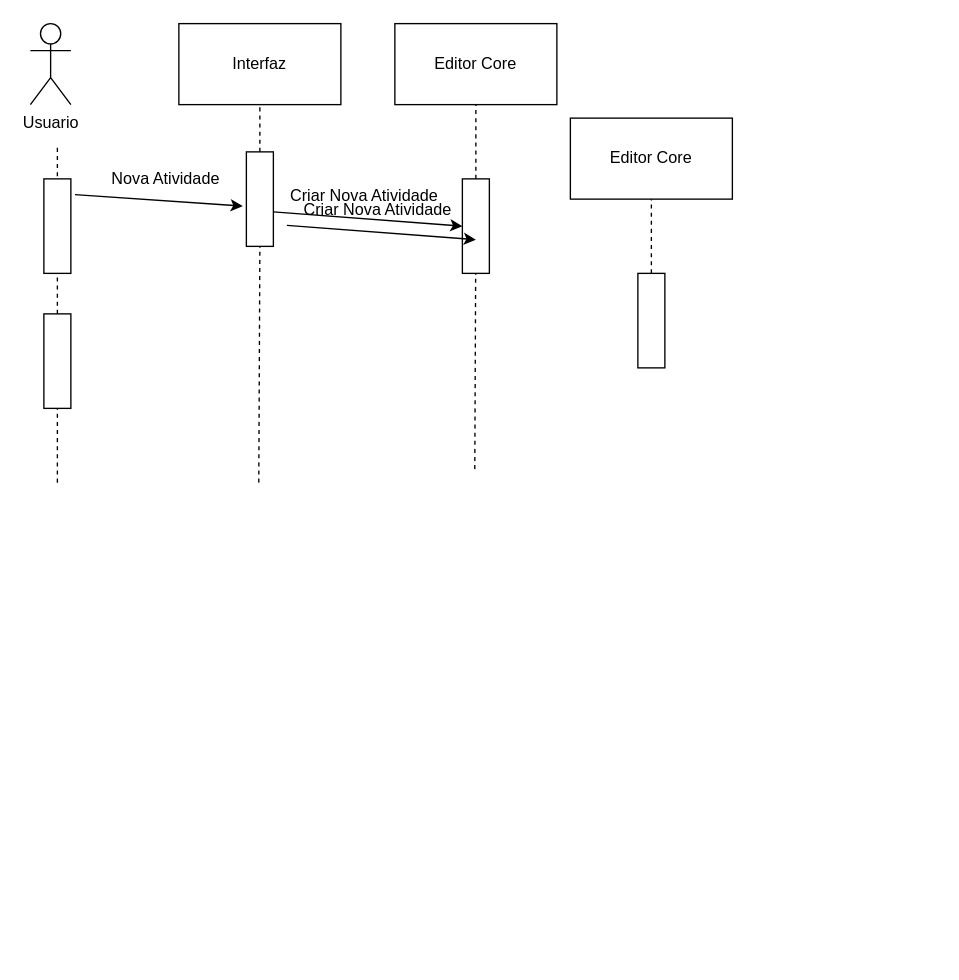
Earlier version of the draw.io diagram Diagrama sin título.drawio (GustavoGamarra95/Berenice). Source tidied: cells renumbered, new cells numbered last; positions are measured from the earlier drawing's top-left corner, leaving out a move shared by most shapes. Both pictures are drawn from the tidied source at 135%, with x=0, y=0 at pixel (9, 23).
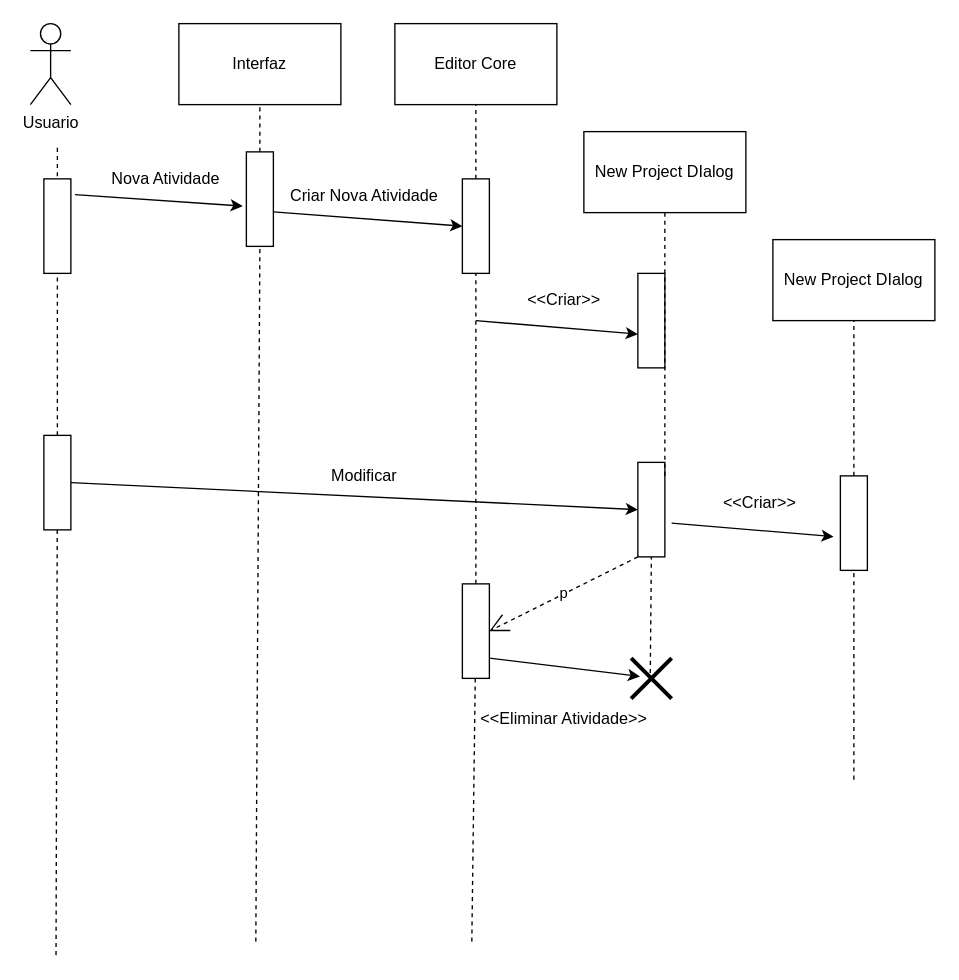
The same page after the edit.

Commit message:
Diagrama de Uso

The change refers to these unchanged cells:
```xml
<mxCell id="12" style="rounded=0;whiteSpace=wrap;html=1;rotation=90;" parent="1" vertex="1">
  <mxGeometry x="150" y="120" width="70" height="20" as="geometry" />
</mxCell>
<mxCell id="14" style="rounded=0;whiteSpace=wrap;html=1;rotation=90;" parent="1" vertex="1">
  <mxGeometry x="310" y="140" width="70" height="20" as="geometry" />
</mxCell>
<mxCell id="20" style="rounded=0;whiteSpace=wrap;html=1;rotation=90;" parent="1" vertex="1">
  <mxGeometry x="440" y="210" width="70" height="20" as="geometry" />
</mxCell>
```

The edit, as a diff of the source:
```diff
@@
     <mxCell id="8" style="endArrow=none;dashed=1;html=1;rounded=0;" parent="1" edge="1" target="9">
       <mxGeometry relative="1" as="geometry">
-        <mxPoint x="35" y="340" as="sourcePoint" />
+        <mxPoint x="34" y="690" as="sourcePoint" />
       </mxGeometry>
     </mxCell>
     <mxCell id="9" style="rounded=0;whiteSpace=wrap;html=1;rotation=90;" parent="1" vertex="1">
-      <mxGeometry y="240" width="70" height="20" as="geometry" />
+      <mxGeometry y="330" width="70" height="20" as="geometry" />
     </mxCell>
@@
     <mxCell id="11" style="endArrow=none;dashed=1;html=1;rounded=0;entryX=1;entryY=0.5;entryDx=0;entryDy=0;" parent="1" edge="1" target="12">
       <mxGeometry relative="1" as="geometry">
-        <mxPoint x="184.2" y="340" as="sourcePoint" />
+        <mxPoint x="182" y="680" as="sourcePoint" />
       </mxGeometry>
     </mxCell>
@@
-    <mxCell id="13" style="endArrow=none;dashed=1;html=1;rounded=0;" parent="1" edge="1" target="14">
-      <mxGeometry relative="1" as="geometry">
-        <mxPoint x="344.2" y="330" as="sourcePoint" />
-      </mxGeometry>
+    <mxCell id="13" style="endArrow=none;dashed=1;html=1;rounded=0;" parent="1" edge="1" source="28" target="14">
+      <mxGeometry relative="1" as="geometry" />
     </mxCell>
@@
-    <mxCell id="19" style="endArrow=none;dashed=1;html=1;rounded=0;entryX=0.5;entryY=1;entryDx=0;entryDy=0;" parent="1" edge="1" source="20" target="21">
+    <mxCell id="19" style="endArrow=none;dashed=1;html=1;rounded=0;entryX=0.5;entryY=1;entryDx=0;entryDy=0;" parent="1" edge="1" source="36" target="21">
       <mxGeometry relative="1" as="geometry" />
     </mxCell>
@@
-    <mxCell id="21" value="Editor Core" style="rounded=0;whiteSpace=wrap;html=1;" parent="1" vertex="1">
-      <mxGeometry x="415" y="70" width="120" height="60" as="geometry" />
+    <mxCell id="21" value="New Project DIalog" style="rounded=0;whiteSpace=wrap;html=1;" parent="1" vertex="1">
+      <mxGeometry x="565" y="160" width="120" height="60" as="geometry" />
     </mxCell>
-    <mxCell id="22" style="endArrow=classic;html=1;rounded=0;exitX=0.167;exitY=-0.152;exitDx=0;exitDy=0;exitPerimeter=0;entryX=0.5;entryY=1;entryDx=0;entryDy=0;" parent="1" edge="1">
+    <mxCell id="22" style="endArrow=classic;html=1;rounded=0;exitX=0.167;exitY=-0.152;exitDx=0;exitDy=0;exitPerimeter=0;" parent="1" edge="1">
       <mxGeometry relative="1" as="geometry">
-        <mxPoint x="205" y="149.5" as="sourcePoint" />
-        <mxPoint x="345" y="160" as="targetPoint" />
+        <mxPoint x="345" y="220" as="sourcePoint" />
+        <mxPoint x="465" y="230" as="targetPoint" />
       </mxGeometry>
     </mxCell>
-    <mxCell id="23" value="Criar Nova Atividade" style="text;html=1;align=center;verticalAlign=middle;strokeColor=none;fillColor=none;" parent="1" vertex="1">
-      <mxGeometry x="207" y="122.5" width="130" height="30" as="geometry" />
+    <mxCell id="23" value="&amp;lt;&amp;lt;Criar&amp;gt;&amp;gt;" style="text;html=1;align=center;verticalAlign=middle;strokeColor=none;fillColor=none;" parent="1" vertex="1">
+      <mxGeometry x="370" y="190" width="80" height="30" as="geometry" />
     </mxCell>
+    <mxCell id="24" style="endArrow=none;dashed=1;html=1;rounded=0;entryX=1;entryY=0.5;entryDx=0;entryDy=0;exitX=0.473;exitY=0.367;exitDx=0;exitDy=0;exitPerimeter=0;" parent="1" edge="1" source="31" target="25">
+      <mxGeometry relative="1" as="geometry" />
+    </mxCell>
+    <mxCell id="25" style="rounded=0;whiteSpace=wrap;html=1;rotation=90;" parent="1" vertex="1">
+      <mxGeometry x="440" y="350" width="70" height="20" as="geometry" />
+    </mxCell>
+    <mxCell id="26" style="endArrow=classic;html=1;rounded=0;exitX=0.5;exitY=0;exitDx=0;exitDy=0;entryX=0.5;entryY=1;entryDx=0;entryDy=0;" parent="1" edge="1" source="9" target="25">
+      <mxGeometry relative="1" as="geometry" />
+    </mxCell>
+    <mxCell id="27" style="endArrow=none;dashed=1;html=1;rounded=0;" parent="1" edge="1" target="28">
+      <mxGeometry relative="1" as="geometry">
+        <mxPoint x="342" y="680" as="sourcePoint" />
+      </mxGeometry>
+    </mxCell>
+    <mxCell id="28" style="rounded=0;whiteSpace=wrap;html=1;rotation=90;" parent="1" vertex="1">
+      <mxGeometry x="310" y="440" width="70" height="20" as="geometry" />
+    </mxCell>
+    <mxCell id="29" value="p" style="endArrow=open;endSize=12;dashed=1;html=1;rounded=0;exitX=1;exitY=1;exitDx=0;exitDy=0;" parent="1" edge="1" source="25">
+      <mxGeometry relative="1" as="geometry">
+        <mxPoint x="355" y="450" as="targetPoint" />
+      </mxGeometry>
+    </mxCell>
+    <mxCell id="30" style="endArrow=classic;html=1;rounded=0;exitX=0.5;exitY=0;exitDx=0;exitDy=0;entryX=0.408;entryY=0.919;entryDx=0;entryDy=0;entryPerimeter=0;" parent="1" edge="1">
+      <mxGeometry relative="1" as="geometry">
+        <mxPoint x="355" y="470" as="sourcePoint" />
+        <mxPoint x="466.6" y="483.6" as="targetPoint" />
+      </mxGeometry>
+    </mxCell>
+    <mxCell id="31" style="shape=umlDestroy;whiteSpace=wrap;html=1;strokeWidth=3;targetShapes=umlLifeline;" parent="1" vertex="1">
+      <mxGeometry x="460" y="470" width="30" height="30" as="geometry" />
+    </mxCell>
+    <mxCell id="32" value="&amp;lt;&amp;lt;Eliminar Atividade&amp;gt;&amp;gt;" style="text;html=1;align=center;verticalAlign=middle;strokeColor=none;fillColor=none;" parent="1" vertex="1">
+      <mxGeometry x="335" y="500" width="150" height="30" as="geometry" />
+    </mxCell>
+    <mxCell id="33" value="New Project DIalog" style="rounded=0;whiteSpace=wrap;html=1;" parent="1" vertex="1">
+      <mxGeometry x="425" y="80" width="120" height="60" as="geometry" />
+    </mxCell>
+    <mxCell id="34" style="endArrow=none;dashed=1;html=1;rounded=0;entryX=0.5;entryY=1;entryDx=0;entryDy=0;" parent="1" edge="1" target="33">
+      <mxGeometry relative="1" as="geometry">
+        <mxPoint x="485" y="335" as="sourcePoint" />
+      </mxGeometry>
+    </mxCell>
+    <mxCell id="35" style="endArrow=none;dashed=1;html=1;rounded=0;entryX=1;entryY=0.5;entryDx=0;entryDy=0;" parent="1" edge="1" target="36">
+      <mxGeometry relative="1" as="geometry">
+        <mxPoint x="625" y="560" as="sourcePoint" />
+      </mxGeometry>
+    </mxCell>
+    <mxCell id="36" style="rounded=0;whiteSpace=wrap;html=1;rotation=90;" parent="1" vertex="1">
+      <mxGeometry x="590" y="360" width="70" height="20" as="geometry" />
+    </mxCell>
+    <mxCell id="37" value="&amp;lt;&amp;lt;Criar&amp;gt;&amp;gt;" style="text;html=1;align=center;verticalAlign=middle;strokeColor=none;fillColor=none;" parent="1" vertex="1">
+      <mxGeometry x="515" y="340" width="80" height="30" as="geometry" />
+    </mxCell>
+    <mxCell id="38" style="endArrow=classic;html=1;rounded=0;exitX=0.167;exitY=-0.152;exitDx=0;exitDy=0;exitPerimeter=0;" parent="1" edge="1">
+      <mxGeometry relative="1" as="geometry">
+        <mxPoint x="490" y="370" as="sourcePoint" />
+        <mxPoint x="610" y="380" as="targetPoint" />
+      </mxGeometry>
+    </mxCell>
+    <mxCell id="39" value="Modificar" style="text;html=1;align=center;verticalAlign=middle;strokeColor=none;fillColor=none;" parent="1" vertex="1">
+      <mxGeometry x="227" y="320" width="70" height="30" as="geometry" />
+    </mxCell>
```
